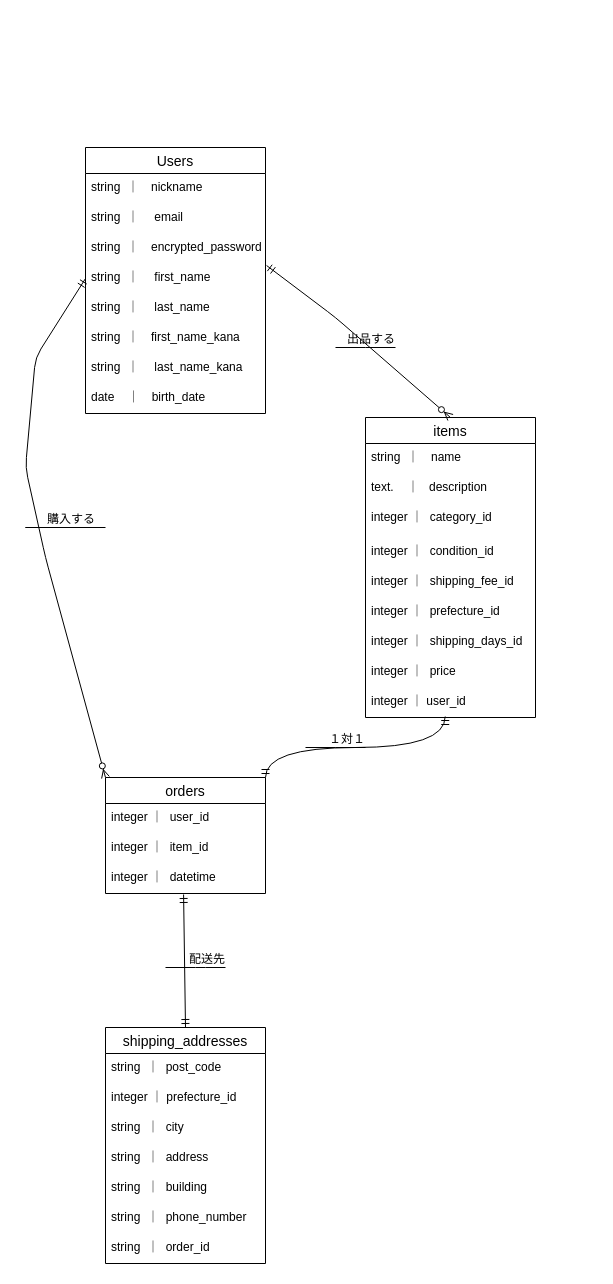
Earlier version of the draw.io diagram ER図.dio (r-ichinose/furima-41799). Source tidied: cells renumbered, new cells numbered last; positions are measured from the earlier drawing's top-left corner, leaving out a move shared by most shapes. Both pictures are drawn from the tidied source at 100%, with x=0, y=0 at pixel (25, 147).
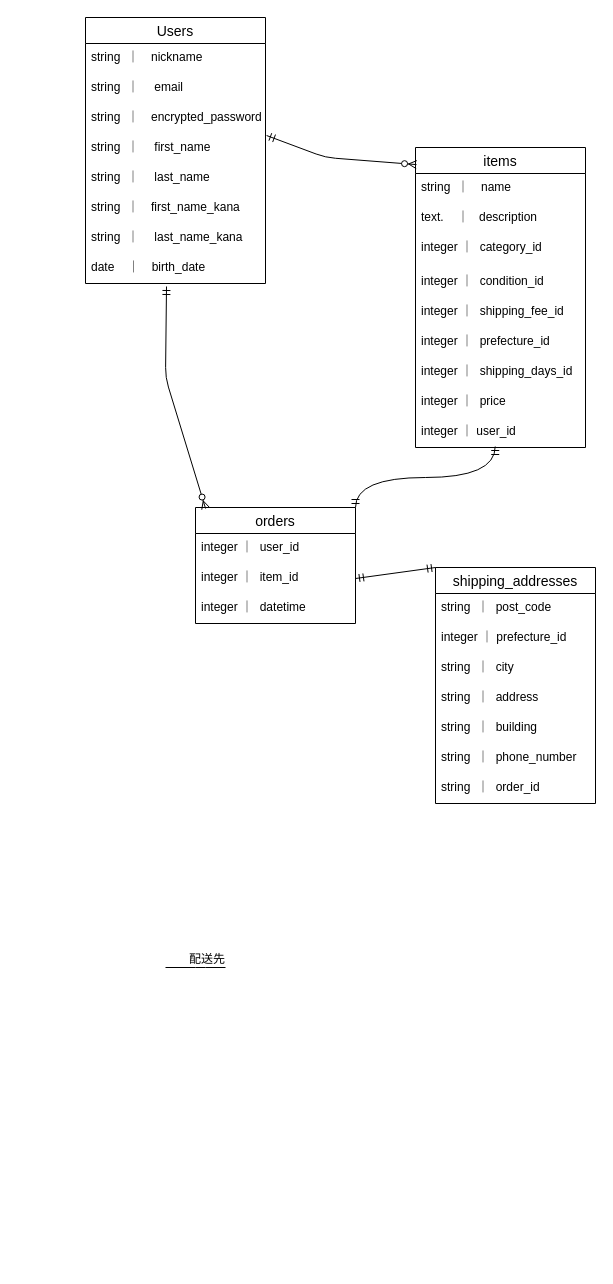
The same page after the edit.

Commit message:
ER図見やすく再修正

The change refers to these unchanged cells:
```xml
<mxCell id="5" value="string  ｜　encrypted_password " style="text;strokeColor=none;fillColor=none;spacingLeft=4;spacingRight=4;overflow=hidden;points=[[0,0.5],[1,0.5]];portConstraint=eastwest;fontSize=12;" parent="2" vertex="1">
  <mxGeometry y="86" width="180" height="30" as="geometry" />
</mxCell>
<mxCell id="6" value="string  ｜　 first_name" style="text;strokeColor=none;fillColor=none;spacingLeft=4;spacingRight=4;overflow=hidden;points=[[0,0.5],[1,0.5]];portConstraint=eastwest;fontSize=12;" parent="2" vertex="1">
  <mxGeometry y="116" width="180" height="30" as="geometry" />
</mxCell>
<mxCell id="10" value="date    ｜　birth_date " style="text;strokeColor=none;fillColor=none;spacingLeft=4;spacingRight=4;overflow=hidden;points=[[0,0.5],[1,0.5]];portConstraint=eastwest;fontSize=12;" parent="2" vertex="1">
  <mxGeometry y="236" width="180" height="30" as="geometry" />
</mxCell>
<mxCell id="23" value="integer ｜  item_id" style="text;strokeColor=none;fillColor=none;spacingLeft=4;spacingRight=4;overflow=hidden;points=[[0,0.5],[1,0.5]];portConstraint=eastwest;fontSize=12;" parent="21" vertex="1">
  <mxGeometry y="56" width="160" height="30" as="geometry" />
</mxCell>
<mxCell id="24" value="integer ｜  datetime " style="text;strokeColor=none;fillColor=none;spacingLeft=4;spacingRight=4;overflow=hidden;points=[[0,0.5],[1,0.5]];portConstraint=eastwest;fontSize=12;" parent="21" vertex="1">
  <mxGeometry y="86" width="160" height="30" as="geometry" />
</mxCell>
```

What changed in the source:
```diff
@@
     <mxCell id="2" value="Users" style="swimlane;fontStyle=0;horizontal=1;startSize=26;align=center;fontSize=14;" parent="1" vertex="1">
-      <mxGeometry x="60" width="180" height="266" as="geometry" />
+      <mxGeometry x="60" y="-130" width="180" height="266" as="geometry" />
     </mxCell>
@@
     <mxCell id="11" value="items" style="swimlane;fontStyle=0;horizontal=1;startSize=26;align=center;fontSize=14;" parent="1" vertex="1">
-      <mxGeometry x="340" y="270" width="170" height="300" as="geometry" />
+      <mxGeometry x="390" width="170" height="300" as="geometry" />
     </mxCell>
@@
     <mxCell id="21" value="orders" style="swimlane;fontStyle=0;horizontal=1;startSize=26;align=center;fontSize=14;" parent="1" vertex="1">
-      <mxGeometry x="80" y="630" width="160" height="116" as="geometry" />
+      <mxGeometry x="170" y="360" width="160" height="116" as="geometry" />
     </mxCell>
@@
     <mxCell id="25" value="shipping_addresses" style="swimlane;fontStyle=0;horizontal=1;startSize=26;align=center;fontSize=14;" parent="1" vertex="1">
-      <mxGeometry x="80" y="880" width="160" height="236" as="geometry" />
+      <mxGeometry x="410" y="420" width="160" height="236" as="geometry" />
     </mxCell>
@@
-    <mxCell id="33" style="fontSize=12;html=1;endArrow=ERzeroToMany;startArrow=ERmandOne;exitX=0;exitY=0.5;exitDx=0;exitDy=0;entryX=0;entryY=0;entryDx=0;entryDy=0;" parent="1" edge="1" source="6" target="21">
+    <mxCell id="33" style="fontSize=12;html=1;endArrow=ERzeroToMany;startArrow=ERmandOne;exitX=0.45;exitY=1.1;exitDx=0;exitDy=0;entryX=0.063;entryY=0.009;entryDx=0;entryDy=0;exitPerimeter=0;entryPerimeter=0;" parent="1" edge="1" source="10" target="21">
       <mxGeometry relative="1" as="geometry">
         <Array as="points">
-          <mxPoint x="10" y="210" />
-          <mxPoint y="320" />
-          <mxPoint x="20" y="410" />
+          <mxPoint x="140" y="230" />
         </Array>
       </mxGeometry>
     </mxCell>
-    <mxCell id="34" style="fontSize=12;html=1;endArrow=ERzeroToMany;startArrow=ERmandOne;exitX=1.006;exitY=1.067;exitDx=0;exitDy=0;exitPerimeter=0;entryX=0.5;entryY=0;entryDx=0;entryDy=0;" parent="1" edge="1" source="5" target="11">
+    <mxCell id="34" style="fontSize=12;html=1;endArrow=ERzeroToMany;startArrow=ERmandOne;exitX=1.006;exitY=1.067;exitDx=0;exitDy=0;exitPerimeter=0;entryX=0.006;entryY=0.057;entryDx=0;entryDy=0;entryPerimeter=0;" parent="1" edge="1" source="5" target="11">
       <mxGeometry relative="1" as="geometry">
         <Array as="points">
-          <mxPoint x="310" y="170" />
+          <mxPoint x="300" y="10" />
         </Array>
       </mxGeometry>
     </mxCell>
@@
-    <mxCell id="36" style="fontSize=12;html=1;endArrow=ERmandOne;startArrow=ERmandOne;entryX=0.488;entryY=1.033;entryDx=0;entryDy=0;entryPerimeter=0;" parent="1" edge="1" target="24">
-      <mxGeometry relative="1" as="geometry">
-        <mxPoint x="160" y="880" as="sourcePoint" />
-      </mxGeometry>
+    <mxCell id="36" style="fontSize=12;html=1;endArrow=ERmandOne;startArrow=ERmandOne;entryX=1;entryY=0.5;entryDx=0;entryDy=0;exitX=0;exitY=0;exitDx=0;exitDy=0;" parent="1" edge="1" source="25" target="23">
+      <mxGeometry relative="1" as="geometry" />
     </mxCell>
-    <mxCell id="37" style="endArrow=none;html=1;rounded=0;" parent="1" edge="1">
-      <mxGeometry relative="1" as="geometry">
-        <mxPoint x="310" y="200" as="sourcePoint" />
-        <mxPoint x="370" y="200" as="targetPoint" />
-        <Array as="points">
-          <mxPoint x="340" y="200" />
-        </Array>
-      </mxGeometry>
-    </mxCell>
-    <mxCell id="38" value="出品する" style="html=1;align=right;verticalAlign=bottom;" parent="37" vertex="1">
-      <mxGeometry x="1" relative="1" as="geometry" />
-    </mxCell>
-    <mxCell id="39" style="endArrow=none;html=1;rounded=0;" parent="1" edge="1">
-      <mxGeometry relative="1" as="geometry">
-        <mxPoint x="280" y="600" as="sourcePoint" />
-        <mxPoint x="340" y="600" as="targetPoint" />
-        <Array as="points">
-          <mxPoint x="310" y="600" />
-        </Array>
-      </mxGeometry>
-    </mxCell>
-    <mxCell id="40" value="１対１" style="html=1;align=right;verticalAlign=bottom;" parent="39" vertex="1">
-      <mxGeometry x="1" relative="1" as="geometry" />
-    </mxCell>
-    <mxCell id="41" style="endArrow=none;html=1;rounded=0;" parent="1" edge="1">
-      <mxGeometry relative="1" as="geometry">
-        <mxPoint x="20" y="380" as="sourcePoint" />
-        <mxPoint x="80" y="380" as="targetPoint" />
-        <Array as="points">
-          <mxPoint y="380" />
-        </Array>
-      </mxGeometry>
-    </mxCell>
-    <mxCell id="42" value="購入する" style="html=1;align=right;verticalAlign=bottom;" parent="41" vertex="1">
-      <mxGeometry x="1" relative="1" as="geometry">
-        <mxPoint x="-10" as="offset" />
-      </mxGeometry>
-    </mxCell>
```
